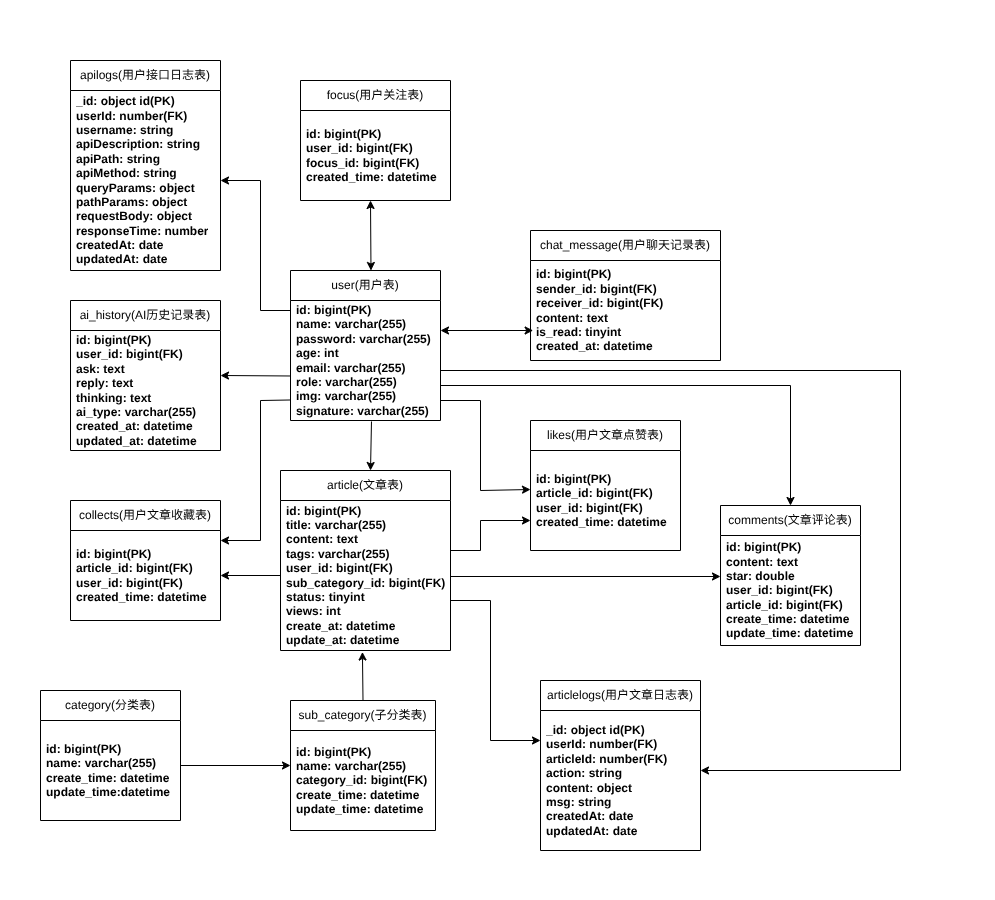
This is static/pic/er.drawio.png from hongch666/mix-web-demo, a draw.io export, as it was before one commit. Source tidied: cells renumbered, new cells last; positions are measured from the earlier drawing's top-left corner, leaving out a move shared by most shapes.
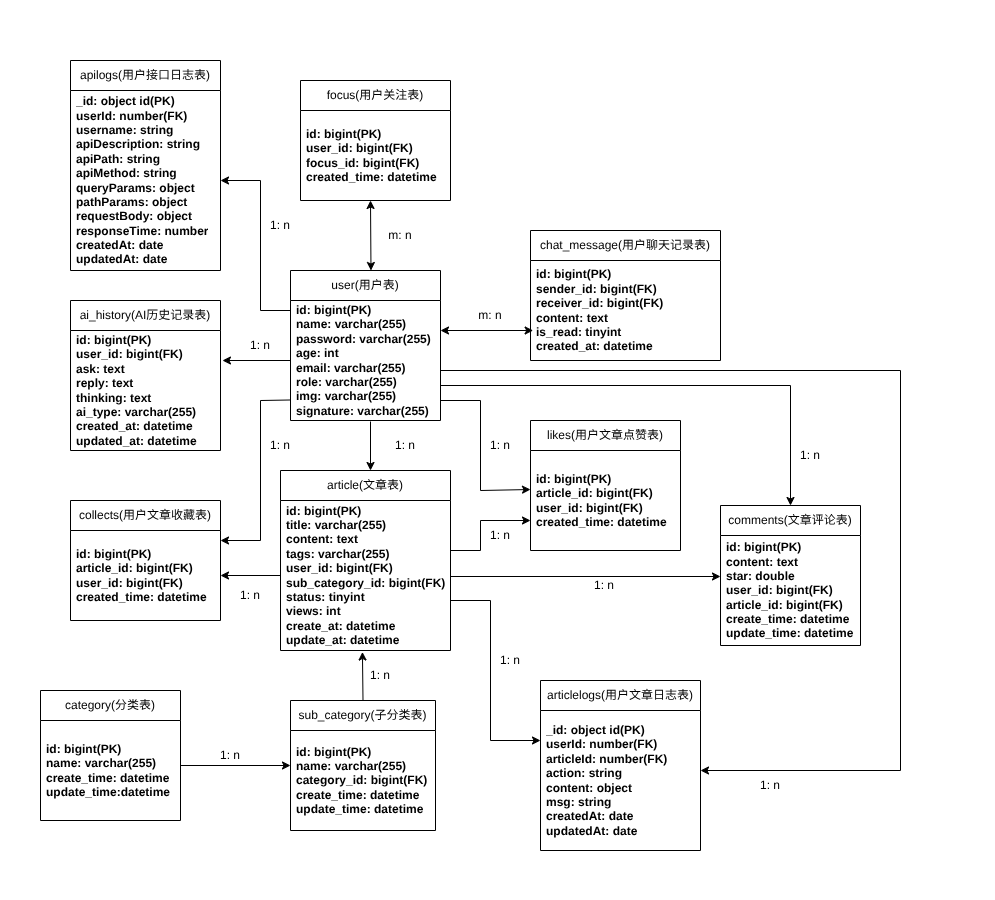
Later version of the same file.

Commit message:
更新架构图和ER图

Change to the diagram source:
```diff
@@ -20,9 +20,9 @@
     <mxCell id="7" value="&lt;b&gt;id: bigint(PK)&lt;/b&gt;&lt;div&gt;&lt;b&gt;name:&amp;nbsp;&lt;/b&gt;&lt;b style=&quot;background-color: transparent; scrollbar-color: rgb(75, 75, 75) rgb(27, 29, 30);&quot;&gt;varchar(255)&lt;/b&gt;&lt;/div&gt;&lt;div&gt;&lt;b&gt;category_id: bigint(FK)&lt;/b&gt;&lt;/div&gt;&lt;div&gt;&lt;div style=&quot;scrollbar-color: rgb(75, 75, 75) rgb(27, 29, 30);&quot;&gt;&lt;b&gt;create_time: datetime&lt;/b&gt;&lt;/div&gt;&lt;div style=&quot;scrollbar-color: rgb(75, 75, 75) rgb(27, 29, 30);&quot;&gt;&lt;b&gt;update_time: datetime&lt;/b&gt;&lt;/div&gt;&lt;/div&gt;" style="text;strokeColor=none;fillColor=none;align=left;verticalAlign=middle;spacingLeft=4;spacingRight=4;overflow=hidden;whiteSpace=wrap;html=1;fontColor=default;" parent="6" vertex="1">
       <mxGeometry y="30" width="145" height="100" as="geometry" />
     </mxCell>
-    <mxCell id="8" style="endArrow=classic;html=1;exitX=0.507;exitY=1.033;exitDx=0;exitDy=0;exitPerimeter=0;" parent="1" edge="1">
+    <mxCell id="8" style="endArrow=classic;html=1;" parent="1" edge="1">
       <mxGeometry relative="1" as="geometry">
-        <mxPoint x="371" y="421" as="sourcePoint" />
+        <mxPoint x="370" y="421" as="sourcePoint" />
         <mxPoint x="370" y="470" as="targetPoint" />
       </mxGeometry>
     </mxCell>
@@ -50,11 +50,6 @@
     <mxCell id="16" value="&lt;b&gt;id: bigint(PK)&lt;/b&gt;&lt;div&gt;&lt;b&gt;user_id: bigint(FK)&lt;/b&gt;&lt;/div&gt;&lt;div&gt;&lt;b&gt;ask: text&lt;/b&gt;&lt;/div&gt;&lt;div&gt;&lt;b&gt;reply: text&lt;/b&gt;&lt;/div&gt;&lt;div&gt;&lt;b&gt;thinking: text&lt;/b&gt;&lt;/div&gt;&lt;div&gt;&lt;b&gt;ai_type:&amp;nbsp;&lt;/b&gt;&lt;b style=&quot;background-color: transparent; scrollbar-color: rgb(75, 75, 75) rgb(27, 29, 30);&quot;&gt;varchar(255)&lt;/b&gt;&lt;/div&gt;&lt;div&gt;&lt;b&gt;created_at: datetime&lt;/b&gt;&lt;/div&gt;&lt;div&gt;&lt;b&gt;updated_at: datetime&lt;/b&gt;&lt;/div&gt;" style="text;strokeColor=none;fillColor=none;align=left;verticalAlign=middle;spacingLeft=4;spacingRight=4;overflow=hidden;points=[[0,0.5],[1,0.5]];portConstraint=eastwest;whiteSpace=wrap;html=1;fontColor=default;" parent="15" vertex="1">
       <mxGeometry y="30" width="150" height="120" as="geometry" />
     </mxCell>
-    <mxCell id="17" style="edgeStyle=none;html=1;exitX=-0.003;exitY=0.629;exitDx=0;exitDy=0;entryX=1;entryY=0.5;entryDx=0;entryDy=0;exitPerimeter=0;" parent="1" edge="1" source="3">
-      <mxGeometry relative="1" as="geometry">
-        <mxPoint x="220" y="375" as="targetPoint" />
-      </mxGeometry>
-    </mxCell>
     <mxCell id="18" value="likes&lt;span style=&quot;&quot;&gt;(用户文章点赞表)&lt;/span&gt;" style="swimlane;fontStyle=0;horizontal=1;startSize=30;whiteSpace=wrap;html=1;fontColor=default;" parent="1" vertex="1">
       <mxGeometry x="530" y="420" width="150" height="130" as="geometry" />
     </mxCell>
@@ -245,5 +240,53 @@
     <mxCell id="57" style="rounded=0;whiteSpace=wrap;html=1;textOpacity=0;labelBorderColor=light-dark(#000000,#FFFFFF);fontColor=none;noLabel=1;strokeColor=none;" parent="1" vertex="1">
       <mxGeometry x="450" y="870" width="10" height="30" as="geometry" />
     </mxCell>
+    <mxCell id="58" value="1: n" style="text;html=1;align=center;verticalAlign=middle;whiteSpace=wrap;rounded=0;" parent="1" vertex="1">
+      <mxGeometry x="250" y="210" width="60" height="30" as="geometry" />
+    </mxCell>
+    <mxCell id="59" value="1: n" style="text;html=1;align=center;verticalAlign=middle;whiteSpace=wrap;rounded=0;" parent="1" vertex="1">
+      <mxGeometry x="250" y="430" width="60" height="30" as="geometry" />
+    </mxCell>
+    <mxCell id="60" value="1: n" style="text;html=1;align=center;verticalAlign=middle;whiteSpace=wrap;rounded=0;" parent="1" vertex="1">
+      <mxGeometry x="375" y="430" width="60" height="30" as="geometry" />
+    </mxCell>
+    <mxCell id="61" value="1: n" style="text;html=1;align=center;verticalAlign=middle;whiteSpace=wrap;rounded=0;" parent="1" vertex="1">
+      <mxGeometry x="220" y="580" width="60" height="30" as="geometry" />
+    </mxCell>
+    <mxCell id="62" value="1: n" style="text;html=1;align=center;verticalAlign=middle;whiteSpace=wrap;rounded=0;" parent="1" vertex="1">
+      <mxGeometry x="470" y="430" width="60" height="30" as="geometry" />
+    </mxCell>
+    <mxCell id="63" value="1: n" style="text;html=1;align=center;verticalAlign=middle;whiteSpace=wrap;rounded=0;" parent="1" vertex="1">
+      <mxGeometry x="470" y="520" width="60" height="30" as="geometry" />
+    </mxCell>
+    <mxCell id="64" value="1: n" style="text;html=1;align=center;verticalAlign=middle;whiteSpace=wrap;rounded=0;" parent="1" vertex="1">
+      <mxGeometry x="574" y="570" width="60" height="30" as="geometry" />
+    </mxCell>
+    <mxCell id="65" value="1: n" style="text;html=1;align=center;verticalAlign=middle;whiteSpace=wrap;rounded=0;" parent="1" vertex="1">
+      <mxGeometry x="480" y="645" width="60" height="30" as="geometry" />
+    </mxCell>
+    <mxCell id="66" value="1: n" style="text;html=1;align=center;verticalAlign=middle;whiteSpace=wrap;rounded=0;" parent="1" vertex="1">
+      <mxGeometry x="350" y="660" width="60" height="30" as="geometry" />
+    </mxCell>
+    <mxCell id="67" value="1: n" style="text;html=1;align=center;verticalAlign=middle;whiteSpace=wrap;rounded=0;" parent="1" vertex="1">
+      <mxGeometry x="200" y="740" width="60" height="30" as="geometry" />
+    </mxCell>
+    <mxCell id="68" value="1: n" style="text;html=1;align=center;verticalAlign=middle;whiteSpace=wrap;rounded=0;" parent="1" vertex="1">
+      <mxGeometry x="740" y="770" width="60" height="30" as="geometry" />
+    </mxCell>
+    <mxCell id="69" value="1: n" style="text;html=1;align=center;verticalAlign=middle;whiteSpace=wrap;rounded=0;" parent="1" vertex="1">
+      <mxGeometry x="780" y="440" width="60" height="30" as="geometry" />
+    </mxCell>
+    <mxCell id="70" style="edgeStyle=none;html=1;exitX=0;exitY=0.5;exitDx=0;exitDy=0;entryX=1.013;entryY=0.25;entryDx=0;entryDy=0;entryPerimeter=0;" parent="1" edge="1" source="3" target="16">
+      <mxGeometry relative="1" as="geometry" />
+    </mxCell>
+    <mxCell id="71" value="1: n" style="text;html=1;align=center;verticalAlign=middle;whiteSpace=wrap;rounded=0;" parent="1" vertex="1">
+      <mxGeometry x="230" y="330" width="60" height="30" as="geometry" />
+    </mxCell>
+    <mxCell id="72" value="m: n" style="text;html=1;align=center;verticalAlign=middle;whiteSpace=wrap;rounded=0;" parent="1" vertex="1">
+      <mxGeometry x="370" y="220" width="60" height="30" as="geometry" />
+    </mxCell>
+    <mxCell id="73" value="m: n" style="text;html=1;align=center;verticalAlign=middle;whiteSpace=wrap;rounded=0;" parent="1" vertex="1">
+      <mxGeometry x="460" y="300" width="60" height="30" as="geometry" />
+    </mxCell>
   </root>
 </mxGraphModel>
```
